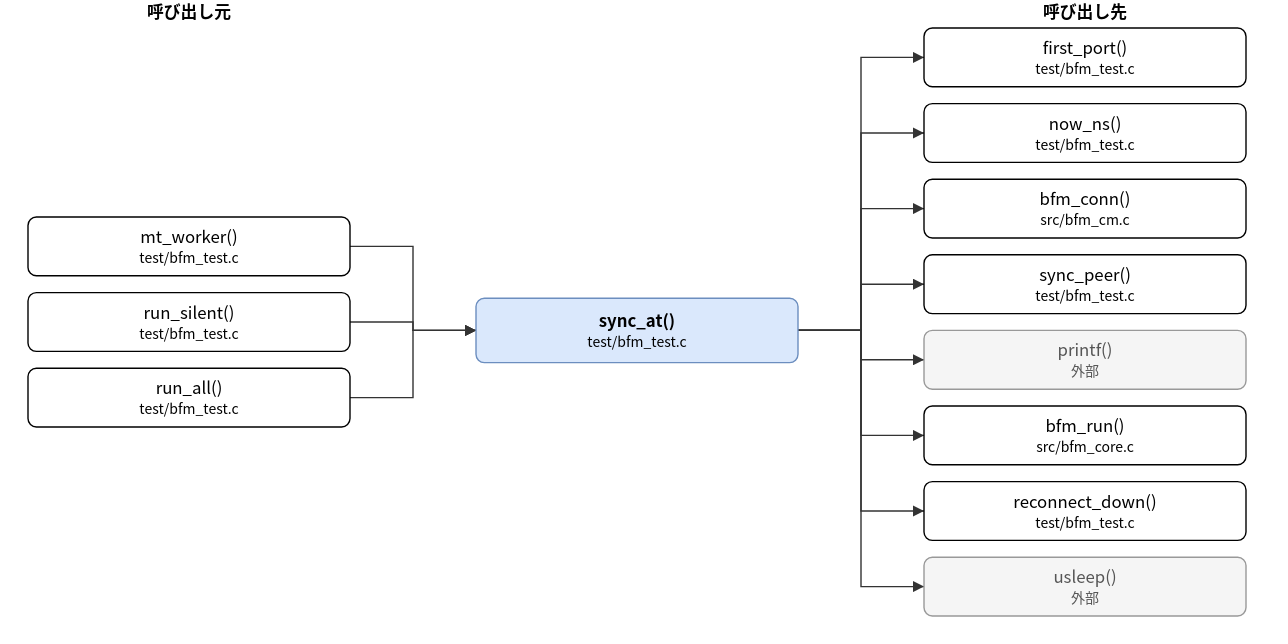
Before: doc/spec/images/call_test_bfm_test-sync_at.drawio.svg, a diagram exported from draw.io (hf355051012-ai/bfmem). Source tidied: cells renumbered, new cells last; positions are measured from the earlier drawing's top-left corner, leaving out a move shared by most shapes.
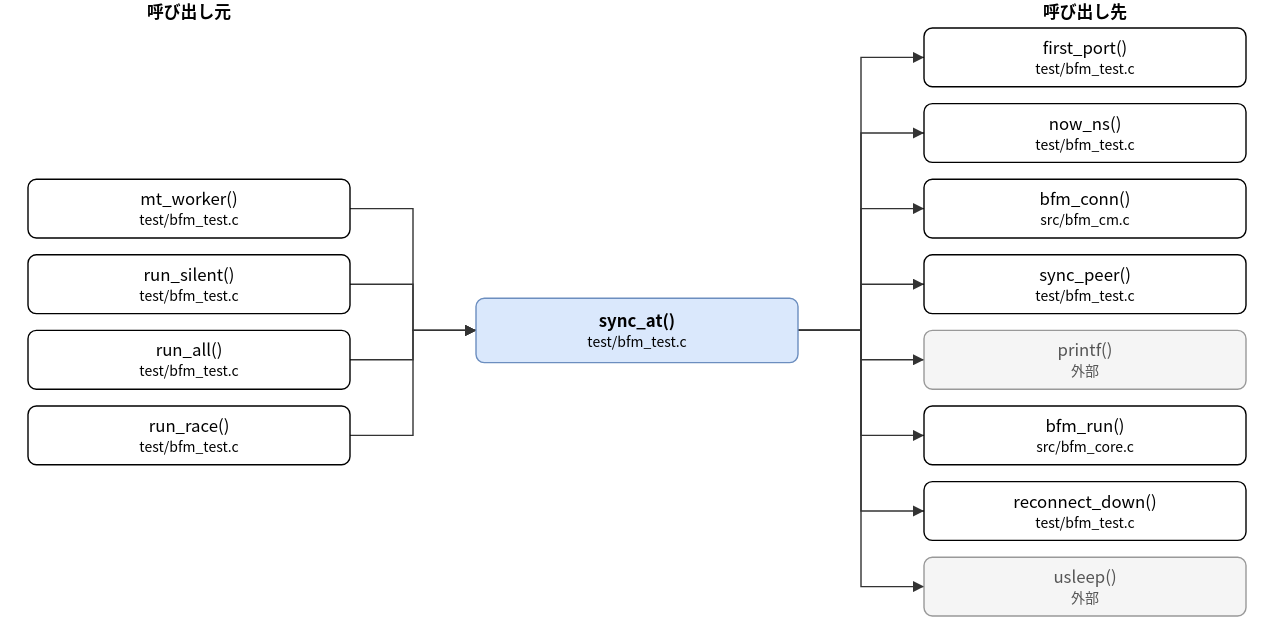
The same diagram one commit later.

Diff of the diagram source:
```diff
@@ -6,14 +6,17 @@
       <mxGeometry x="320" y="213" width="230" height="46" as="geometry" />
     </mxCell>
     <mxCell id="3" value="mt_worker()&lt;br&gt;&lt;font style=&quot;font-size:10px&quot;&gt;test/bfm_test.c&lt;/font&gt;" style="rounded=1;whiteSpace=wrap;html=1;" parent="1" vertex="1">
-      <mxGeometry y="155" width="230" height="42" as="geometry" />
+      <mxGeometry y="128" width="230" height="42" as="geometry" />
     </mxCell>
     <mxCell id="4" value="run_silent()&lt;br&gt;&lt;font style=&quot;font-size:10px&quot;&gt;test/bfm_test.c&lt;/font&gt;" style="rounded=1;whiteSpace=wrap;html=1;" parent="1" vertex="1">
-      <mxGeometry y="209" width="230" height="42" as="geometry" />
+      <mxGeometry y="182" width="230" height="42" as="geometry" />
     </mxCell>
     <mxCell id="5" value="run_all()&lt;br&gt;&lt;font style=&quot;font-size:10px&quot;&gt;test/bfm_test.c&lt;/font&gt;" style="rounded=1;whiteSpace=wrap;html=1;" parent="1" vertex="1">
-      <mxGeometry y="263" width="230" height="42" as="geometry" />
+      <mxGeometry y="236" width="230" height="42" as="geometry" />
     </mxCell>
+    <mxCell id="27" value="run_race()&lt;br&gt;&lt;font style=&quot;font-size:10px&quot;&gt;test/bfm_test.c&lt;/font&gt;" style="rounded=1;whiteSpace=wrap;html=1;" parent="1" vertex="1">
+      <mxGeometry y="290" width="230" height="42" as="geometry" />
+    </mxCell>
     <mxCell id="6" value="first_port()&lt;br&gt;&lt;font style=&quot;font-size:10px&quot;&gt;test/bfm_test.c&lt;/font&gt;" style="rounded=1;whiteSpace=wrap;html=1;" parent="1" vertex="1">
       <mxGeometry x="640" y="20" width="230" height="42" as="geometry" />
     </mxCell>
@@ -41,7 +44,7 @@
     <mxCell id="14" style="edgeStyle=none;html=1;rounded=0;endArrow=block;endFill=1;exitX=1.0000;exitY=0.5000;exitDx=0;exitDy=0;exitPerimeter=0;entryX=0.0000;entryY=0.5000;entryDx=0;entryDy=0;entryPerimeter=0;" parent="1" edge="1" source="3" target="2">
       <mxGeometry relative="1" as="geometry">
         <Array as="points">
-          <mxPoint x="275" y="176" />
+          <mxPoint x="275" y="149" />
           <mxPoint x="275" y="236" />
         </Array>
       </mxGeometry>
@@ -49,7 +52,7 @@
     <mxCell id="15" style="edgeStyle=none;html=1;rounded=0;endArrow=block;endFill=1;exitX=1.0000;exitY=0.5000;exitDx=0;exitDy=0;exitPerimeter=0;entryX=0.0000;entryY=0.5000;entryDx=0;entryDy=0;entryPerimeter=0;" parent="1" edge="1" source="4" target="2">
       <mxGeometry relative="1" as="geometry">
         <Array as="points">
-          <mxPoint x="275" y="230" />
+          <mxPoint x="275" y="203" />
           <mxPoint x="275" y="236" />
         </Array>
       </mxGeometry>
@@ -57,75 +60,83 @@
     <mxCell id="16" style="edgeStyle=none;html=1;rounded=0;endArrow=block;endFill=1;exitX=1.0000;exitY=0.5000;exitDx=0;exitDy=0;exitPerimeter=0;entryX=0.0000;entryY=0.5000;entryDx=0;entryDy=0;entryPerimeter=0;" parent="1" edge="1" source="5" target="2">
       <mxGeometry relative="1" as="geometry">
         <Array as="points">
-          <mxPoint x="275" y="284" />
+          <mxPoint x="275" y="257" />
           <mxPoint x="275" y="236" />
         </Array>
       </mxGeometry>
     </mxCell>
-    <mxCell id="17" style="edgeStyle=none;html=1;rounded=0;endArrow=block;endFill=1;exitX=1.0000;exitY=0.5000;exitDx=0;exitDy=0;exitPerimeter=0;entryX=0.0000;entryY=0.5000;entryDx=0;entryDy=0;entryPerimeter=0;" parent="1" edge="1" source="2" target="6">
+    <mxCell id="17" style="edgeStyle=none;html=1;rounded=0;endArrow=block;endFill=1;exitX=1.0000;exitY=0.5000;exitDx=0;exitDy=0;exitPerimeter=0;entryX=0.0000;entryY=0.5000;entryDx=0;entryDy=0;entryPerimeter=0;" parent="1" edge="1" source="27" target="2">
       <mxGeometry relative="1" as="geometry">
         <Array as="points">
-          <mxPoint x="595" y="236" />
-          <mxPoint x="595" y="41" />
+          <mxPoint x="275" y="311" />
+          <mxPoint x="275" y="236" />
         </Array>
       </mxGeometry>
     </mxCell>
-    <mxCell id="18" style="edgeStyle=none;html=1;rounded=0;endArrow=block;endFill=1;exitX=1.0000;exitY=0.5000;exitDx=0;exitDy=0;exitPerimeter=0;entryX=0.0000;entryY=0.5000;entryDx=0;entryDy=0;entryPerimeter=0;" parent="1" edge="1" source="2" target="7">
+    <mxCell id="18" style="edgeStyle=none;html=1;rounded=0;endArrow=block;endFill=1;exitX=1.0000;exitY=0.5000;exitDx=0;exitDy=0;exitPerimeter=0;entryX=0.0000;entryY=0.5000;entryDx=0;entryDy=0;entryPerimeter=0;" parent="1" edge="1" source="2" target="6">
       <mxGeometry relative="1" as="geometry">
         <Array as="points">
           <mxPoint x="595" y="236" />
-          <mxPoint x="595" y="95" />
+          <mxPoint x="595" y="41" />
         </Array>
       </mxGeometry>
     </mxCell>
-    <mxCell id="19" style="edgeStyle=none;html=1;rounded=0;endArrow=block;endFill=1;exitX=1.0000;exitY=0.5000;exitDx=0;exitDy=0;exitPerimeter=0;entryX=0.0000;entryY=0.5000;entryDx=0;entryDy=0;entryPerimeter=0;" parent="1" edge="1" source="2" target="8">
+    <mxCell id="19" style="edgeStyle=none;html=1;rounded=0;endArrow=block;endFill=1;exitX=1.0000;exitY=0.5000;exitDx=0;exitDy=0;exitPerimeter=0;entryX=0.0000;entryY=0.5000;entryDx=0;entryDy=0;entryPerimeter=0;" parent="1" edge="1" source="2" target="7">
       <mxGeometry relative="1" as="geometry">
         <Array as="points">
           <mxPoint x="595" y="236" />
-          <mxPoint x="595" y="149" />
+          <mxPoint x="595" y="95" />
         </Array>
       </mxGeometry>
     </mxCell>
-    <mxCell id="20" style="edgeStyle=none;html=1;rounded=0;endArrow=block;endFill=1;exitX=1.0000;exitY=0.5000;exitDx=0;exitDy=0;exitPerimeter=0;entryX=0.0000;entryY=0.5000;entryDx=0;entryDy=0;entryPerimeter=0;" parent="1" edge="1" source="2" target="9">
+    <mxCell id="20" style="edgeStyle=none;html=1;rounded=0;endArrow=block;endFill=1;exitX=1.0000;exitY=0.5000;exitDx=0;exitDy=0;exitPerimeter=0;entryX=0.0000;entryY=0.5000;entryDx=0;entryDy=0;entryPerimeter=0;" parent="1" edge="1" source="2" target="8">
       <mxGeometry relative="1" as="geometry">
         <Array as="points">
           <mxPoint x="595" y="236" />
-          <mxPoint x="595" y="203" />
+          <mxPoint x="595" y="149" />
         </Array>
       </mxGeometry>
     </mxCell>
-    <mxCell id="21" style="edgeStyle=none;html=1;rounded=0;endArrow=block;endFill=1;exitX=1.0000;exitY=0.5000;exitDx=0;exitDy=0;exitPerimeter=0;entryX=0.0000;entryY=0.5000;entryDx=0;entryDy=0;entryPerimeter=0;" parent="1" edge="1" source="2" target="10">
+    <mxCell id="21" style="edgeStyle=none;html=1;rounded=0;endArrow=block;endFill=1;exitX=1.0000;exitY=0.5000;exitDx=0;exitDy=0;exitPerimeter=0;entryX=0.0000;entryY=0.5000;entryDx=0;entryDy=0;entryPerimeter=0;" parent="1" edge="1" source="2" target="9">
       <mxGeometry relative="1" as="geometry">
         <Array as="points">
           <mxPoint x="595" y="236" />
-          <mxPoint x="595" y="257" />
+          <mxPoint x="595" y="203" />
         </Array>
       </mxGeometry>
     </mxCell>
-    <mxCell id="22" style="edgeStyle=none;html=1;rounded=0;endArrow=block;endFill=1;exitX=1.0000;exitY=0.5000;exitDx=0;exitDy=0;exitPerimeter=0;entryX=0.0000;entryY=0.5000;entryDx=0;entryDy=0;entryPerimeter=0;" parent="1" edge="1" source="2" target="11">
+    <mxCell id="22" style="edgeStyle=none;html=1;rounded=0;endArrow=block;endFill=1;exitX=1.0000;exitY=0.5000;exitDx=0;exitDy=0;exitPerimeter=0;entryX=0.0000;entryY=0.5000;entryDx=0;entryDy=0;entryPerimeter=0;" parent="1" edge="1" source="2" target="10">
       <mxGeometry relative="1" as="geometry">
         <Array as="points">
           <mxPoint x="595" y="236" />
-          <mxPoint x="595" y="311" />
+          <mxPoint x="595" y="257" />
         </Array>
       </mxGeometry>
     </mxCell>
-    <mxCell id="23" style="edgeStyle=none;html=1;rounded=0;endArrow=block;endFill=1;exitX=1.0000;exitY=0.5000;exitDx=0;exitDy=0;exitPerimeter=0;entryX=0.0000;entryY=0.5000;entryDx=0;entryDy=0;entryPerimeter=0;" parent="1" edge="1" source="2" target="12">
+    <mxCell id="23" style="edgeStyle=none;html=1;rounded=0;endArrow=block;endFill=1;exitX=1.0000;exitY=0.5000;exitDx=0;exitDy=0;exitPerimeter=0;entryX=0.0000;entryY=0.5000;entryDx=0;entryDy=0;entryPerimeter=0;" parent="1" edge="1" source="2" target="11">
       <mxGeometry relative="1" as="geometry">
         <Array as="points">
           <mxPoint x="595" y="236" />
-          <mxPoint x="595" y="365" />
+          <mxPoint x="595" y="311" />
         </Array>
       </mxGeometry>
     </mxCell>
-    <mxCell id="24" style="edgeStyle=none;html=1;rounded=0;endArrow=block;endFill=1;exitX=1.0000;exitY=0.5000;exitDx=0;exitDy=0;exitPerimeter=0;entryX=0.0000;entryY=0.5000;entryDx=0;entryDy=0;entryPerimeter=0;" parent="1" edge="1" source="2" target="13">
+    <mxCell id="24" style="edgeStyle=none;html=1;rounded=0;endArrow=block;endFill=1;exitX=1.0000;exitY=0.5000;exitDx=0;exitDy=0;exitPerimeter=0;entryX=0.0000;entryY=0.5000;entryDx=0;entryDy=0;entryPerimeter=0;" parent="1" edge="1" source="2" target="12">
       <mxGeometry relative="1" as="geometry">
         <Array as="points">
           <mxPoint x="595" y="236" />
-          <mxPoint x="595" y="419" />
+          <mxPoint x="595" y="365" />
         </Array>
       </mxGeometry>
     </mxCell>
+    <mxCell id="28" style="edgeStyle=none;html=1;rounded=0;endArrow=block;endFill=1;exitX=1.0000;exitY=0.5000;exitDx=0;exitDy=0;exitPerimeter=0;entryX=0.0000;entryY=0.5000;entryDx=0;entryDy=0;entryPerimeter=0;" parent="1" edge="1" source="2" target="13">
+      <mxGeometry relative="1" as="geometry">
+        <Array as="points">
+          <mxPoint x="595" y="236" />
+          <mxPoint x="595" y="419" />
+        </Array>
+      </mxGeometry>
+    </mxCell>
     <mxCell id="25" value="呼び出し元" style="text;html=1;align=center;fontStyle=1;" parent="1" vertex="1">
       <mxGeometry x="35" width="160" height="18" as="geometry" />
     </mxCell>
```
